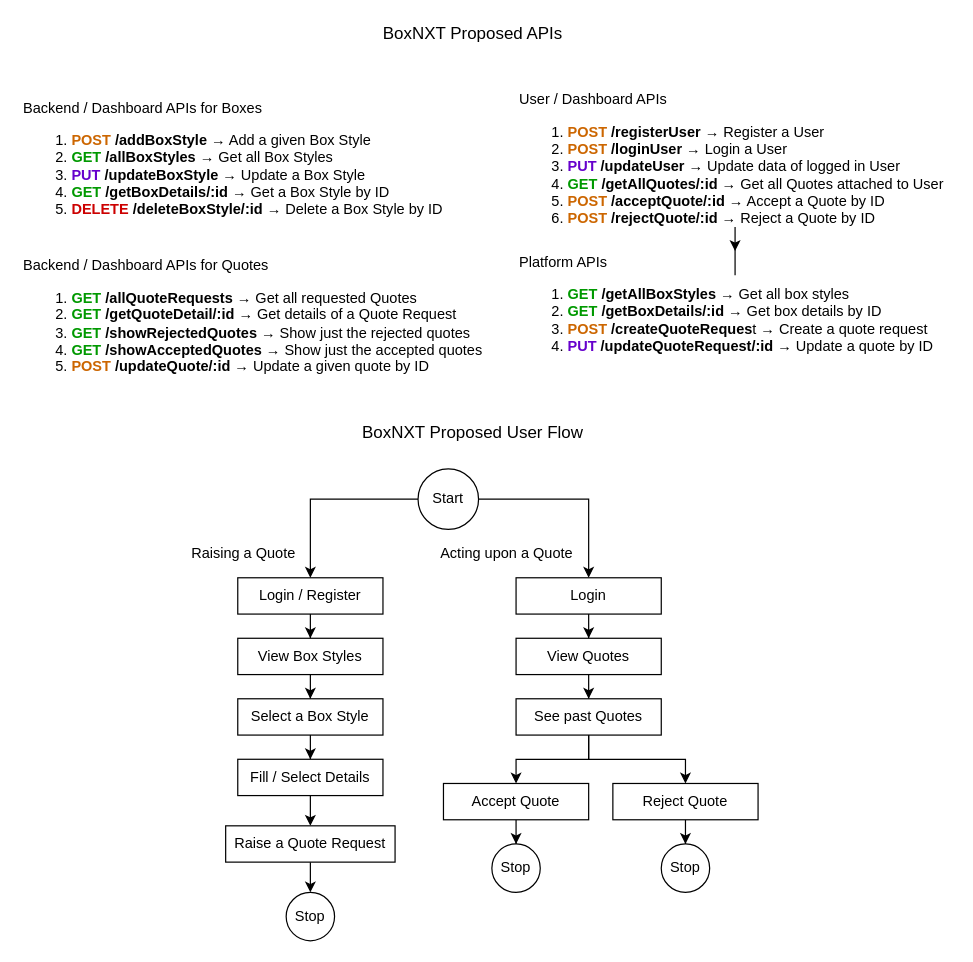
ABSphreak/diagrams keeps this draw.io diagram as api-architecture.drawio. Above is the earlier version. Source tidied: cells renumbered, new cells numbered last; positions are measured from the earlier drawing's top-left corner, leaving out a move shared by most shapes. Both pictures are drawn from the tidied source at 121%, with x=0, y=0 at pixel (21, 21).
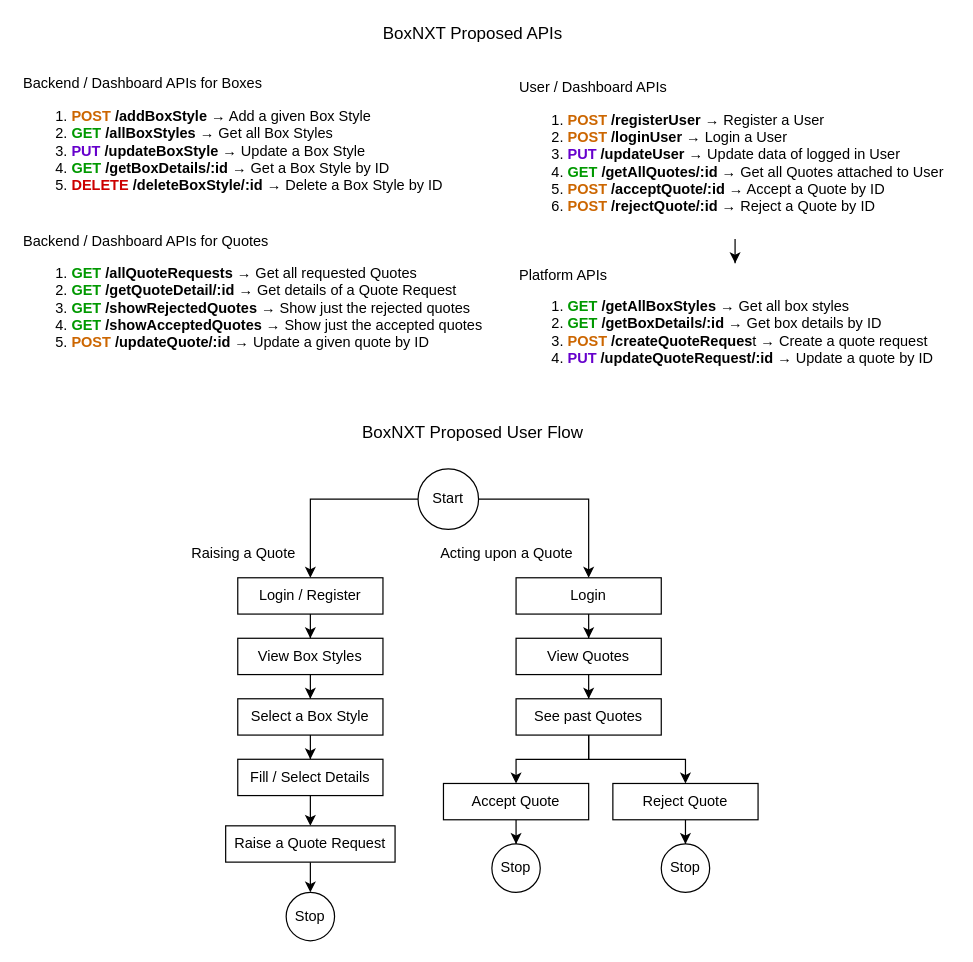
After the change.

Diff of the diagram source:
```diff
@@
-<mxGraphModel>
+<mxGraphModel background="#FFFFFF">
@@
     <mxCell id="4" value="&lt;div&gt;User / Dashboard APIs&lt;/div&gt;&lt;ol&gt;&lt;li&gt;&lt;b&gt;&lt;font color=&quot;#cc6600&quot;&gt;POST&lt;/font&gt;&lt;/b&gt;&amp;nbsp;&lt;b&gt;/registerUser&lt;/b&gt; → Register a User&lt;/li&gt;&lt;li&gt;&lt;b&gt;&lt;font color=&quot;#cc6600&quot;&gt;POST&lt;/font&gt;&lt;/b&gt;&amp;nbsp;&lt;b&gt;/loginUser&lt;/b&gt; → Login a User&lt;/li&gt;&lt;li&gt;&lt;b&gt;&lt;font color=&quot;#6600cc&quot;&gt;PUT&lt;/font&gt;&lt;/b&gt;&amp;nbsp;&lt;b&gt;/updateUser&lt;/b&gt; → Update data of logged in User&amp;nbsp;&lt;/li&gt;&lt;li&gt;&lt;b style=&quot;color: rgb(0 , 153 , 0)&quot;&gt;GET&lt;/b&gt;&amp;nbsp;&lt;b&gt;/getAllQuotes/:id&lt;/b&gt; → Get all Quotes attached to User&lt;/li&gt;&lt;li&gt;&lt;b&gt;&lt;font color=&quot;#cc6600&quot;&gt;POST&lt;/font&gt;&lt;/b&gt;&amp;nbsp;&lt;b&gt;/acceptQuote/:id&lt;/b&gt; → Accept a Quote by ID&lt;/li&gt;&lt;li&gt;&lt;b&gt;&lt;font color=&quot;#cc6600&quot;&gt;POST&lt;/font&gt;&lt;/b&gt;&amp;nbsp;&lt;b&gt;/rejectQuote/:id&lt;/b&gt; → Reject a Quote by ID&lt;/li&gt;&lt;/ol&gt;" style="text;strokeColor=none;fillColor=none;html=1;whiteSpace=wrap;verticalAlign=middle;overflow=hidden;" parent="1" vertex="1">
-      <mxGeometry x="410" y="50" width="360" height="140" as="geometry" />
+      <mxGeometry x="410" y="40" width="360" height="140" as="geometry" />
     </mxCell>
     <mxCell id="5" value="&lt;div&gt;Platform APIs&lt;/div&gt;&lt;ol&gt;&lt;li&gt;&lt;b style=&quot;color: rgb(0 , 153 , 0)&quot;&gt;GET&lt;/b&gt;&amp;nbsp;&lt;b&gt;/getAllBoxStyles&lt;/b&gt; → Get all box styles&lt;/li&gt;&lt;li&gt;&lt;b style=&quot;color: rgb(0 , 153 , 0)&quot;&gt;GET&lt;/b&gt;&amp;nbsp;&lt;b&gt;/getBoxDetails/:id&lt;/b&gt; → Get box details by ID&lt;/li&gt;&lt;li&gt;&lt;b&gt;&lt;font color=&quot;#cc6600&quot;&gt;POST&lt;/font&gt;&lt;/b&gt;&amp;nbsp;&lt;b&gt;/createQuoteReques&lt;/b&gt;t → Create a quote request&lt;/li&gt;&lt;li&gt;&lt;b&gt;&lt;font color=&quot;#6600cc&quot;&gt;PUT&lt;/font&gt;&lt;/b&gt;&amp;nbsp;&lt;b&gt;/updateQuoteRequest/:id&lt;/b&gt; → Update a quote by ID&lt;/li&gt;&lt;/ol&gt;" style="text;strokeColor=none;fillColor=none;html=1;whiteSpace=wrap;verticalAlign=middle;overflow=hidden;" parent="1" vertex="1">
-      <mxGeometry x="410" y="190" width="360" height="100" as="geometry" />
+      <mxGeometry x="410" y="200" width="360" height="100" as="geometry" />
     </mxCell>
     <mxCell id="6" value="&lt;div&gt;Backend / Dashboard APIs for Boxes&lt;/div&gt;&lt;ol&gt;&lt;li&gt;&lt;b&gt;&lt;font color=&quot;#cc6600&quot;&gt;POST&lt;/font&gt;&lt;/b&gt; &lt;b&gt;/addBoxStyle&lt;/b&gt; → Add a given Box Style&lt;/li&gt;&lt;li&gt;&lt;font color=&quot;#009900&quot;&gt;&lt;b&gt;GET&lt;/b&gt;&lt;/font&gt; &lt;b&gt;/allBoxStyles&lt;/b&gt; → Get all Box Styles&lt;/li&gt;&lt;li&gt;&lt;b&gt;&lt;font color=&quot;#6600cc&quot;&gt;PUT&lt;/font&gt;&lt;/b&gt; &lt;b&gt;/updateBoxStyle&lt;/b&gt; → Update a Box Style&lt;/li&gt;&lt;li&gt;&lt;b style=&quot;color: rgb(0 , 153 , 0)&quot;&gt;GET&lt;/b&gt;&amp;nbsp;&lt;b&gt;/getBoxDetails/:id&lt;/b&gt; → Get a Box Style by ID&lt;/li&gt;&lt;li&gt;&lt;font color=&quot;#cc0000&quot;&gt;&lt;b&gt;DELETE&lt;/b&gt;&lt;/font&gt; &lt;b&gt;/deleteBoxStyle/:id&lt;/b&gt; → Delete a Box Style by ID&lt;/li&gt;&lt;/ol&gt;" style="text;strokeColor=none;fillColor=none;html=1;whiteSpace=wrap;verticalAlign=middle;overflow=hidden;" parent="1" vertex="1">
-      <mxGeometry y="50" width="360" height="140" as="geometry" />
+      <mxGeometry y="30" width="360" height="140" as="geometry" />
     </mxCell>
     <mxCell id="7" value="&lt;div&gt;Backend / Dashboard APIs for Quotes&lt;/div&gt;&lt;ol&gt;&lt;li&gt;&lt;b style=&quot;color: rgb(0 , 153 , 0)&quot;&gt;GET&lt;/b&gt;&amp;nbsp;&lt;b&gt;/allQuoteRequests&lt;/b&gt; → Get all requested Quotes&lt;/li&gt;&lt;li&gt;&lt;b style=&quot;color: rgb(0 , 153 , 0)&quot;&gt;GET&lt;/b&gt;&amp;nbsp;&lt;b&gt;/getQuoteDetail/:id&lt;/b&gt; → Get details of a Quote Request&lt;/li&gt;&lt;li&gt;&lt;b style=&quot;color: rgb(0 , 153 , 0)&quot;&gt;GET &lt;/b&gt;&lt;b&gt;/showRejectedQuotes &lt;/b&gt;→ Show just the rejected quotes&lt;br&gt;&lt;/li&gt;&lt;li&gt;&lt;b style=&quot;color: rgb(0 , 153 , 0)&quot;&gt;GET&amp;nbsp;&lt;/b&gt;&lt;b&gt;/showAcceptedQuotes&amp;nbsp;&lt;/b&gt;→ Show just the accepted quotes&lt;/li&gt;&lt;li&gt;&lt;font color=&quot;#cc6600&quot;&gt;&lt;b&gt;POST&lt;/b&gt;&lt;/font&gt; &lt;b&gt;/updateQuote/:id&lt;/b&gt; → Update a given quote by ID&lt;/li&gt;&lt;/ol&gt;" style="text;strokeColor=none;fillColor=none;html=1;whiteSpace=wrap;verticalAlign=middle;overflow=hidden;" parent="1" vertex="1">
-      <mxGeometry y="180" width="390" height="140" as="geometry" />
+      <mxGeometry y="160" width="390" height="140" as="geometry" />
     </mxCell>
```
